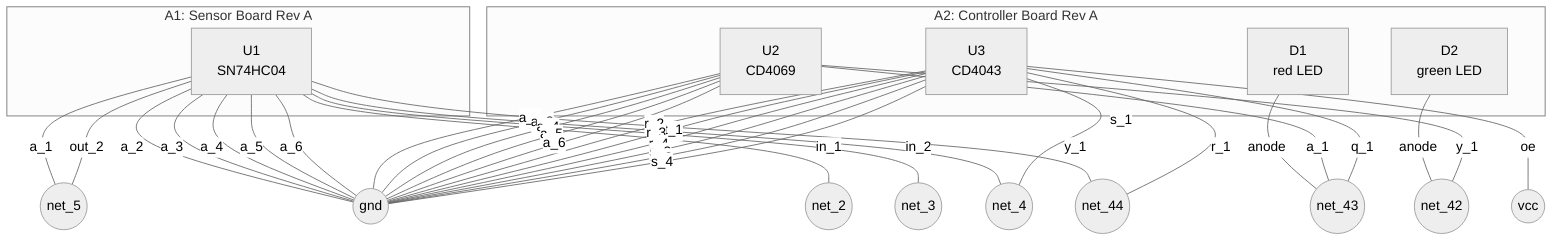
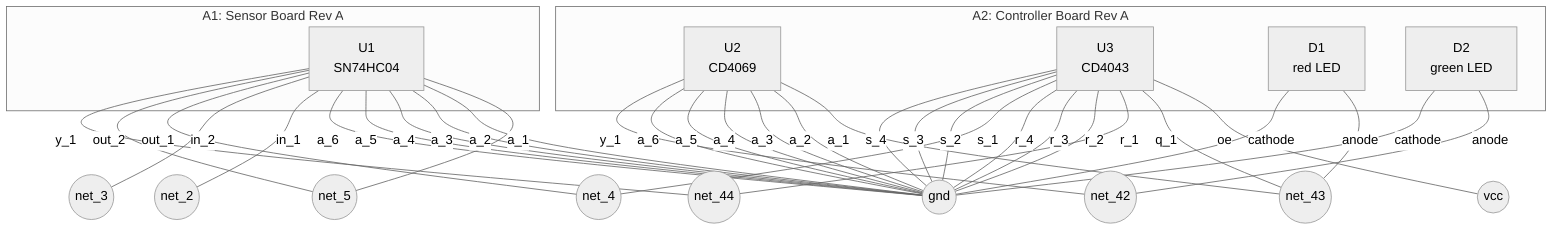
%%{init: {"theme": "neutral"}}%%
flowchart TD
    subgraph A1["A1: Sensor Board Rev A"]
        U1["U1<br/>ULN2003A"]
    end
    subgraph A2["A2: Controller Board Rev A"]
        U1["U1<br/>SN74HC04"]
        U2["U2<br/>CD4069"]
        U3["U3<br/>CD4043"]
        D1["D1<br/>red LED"]
        D2["D2<br/>green LED"]
    end
    net_43(("net_43"))
+     gnd(("gnd"))
    net_42(("net_42"))
    net_5(("net_5"))
-     gnd(("gnd"))
    net_2(("net_2"))
    net_3(("net_3"))
    net_4(("net_4"))
    net_44(("net_44"))
    vcc(("vcc"))
    D1 ---|"anode"| net_43
+     D1 ---|"cathode"| gnd
    D2 ---|"anode"| net_42
+     D2 ---|"cathode"| gnd
    U1 ---|"a_1"| net_5
    U1 ---|"a_2"| gnd
    U1 ---|"a_3"| gnd
    U1 ---|"a_4"| gnd
    U1 ---|"a_5"| gnd
    U1 ---|"a_6"| gnd
    U1 ---|"in_1"| net_2
    U1 ---|"in_2"| net_3
    U1 ---|"out_1"| net_4
    U1 ---|"out_2"| net_5
    U1 ---|"y_1"| net_44
    U2 ---|"a_1"| net_43
    U2 ---|"a_2"| gnd
    U2 ---|"a_3"| gnd
    U2 ---|"a_4"| gnd
    U2 ---|"a_5"| gnd
    U2 ---|"a_6"| gnd
    U2 ---|"y_1"| net_42
    U3 ---|"oe"| vcc
    U3 ---|"q_1"| net_43
    U3 ---|"r_1"| net_44
    U3 ---|"r_2"| gnd
    U3 ---|"r_3"| gnd
    U3 ---|"r_4"| gnd
    U3 ---|"s_1"| net_4
    U3 ---|"s_2"| gnd
    U3 ---|"s_3"| gnd
    U3 ---|"s_4"| gnd
